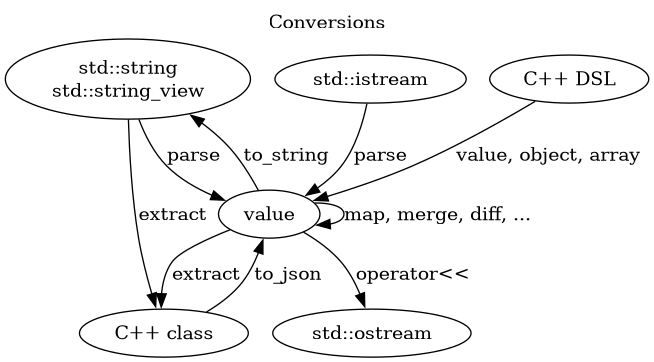
tgockel/json-voorhees keeps this Graphviz diagram as doc/conversions.png. Above is the earlier version. Its source is kept beside it as doc/conversions.dot.
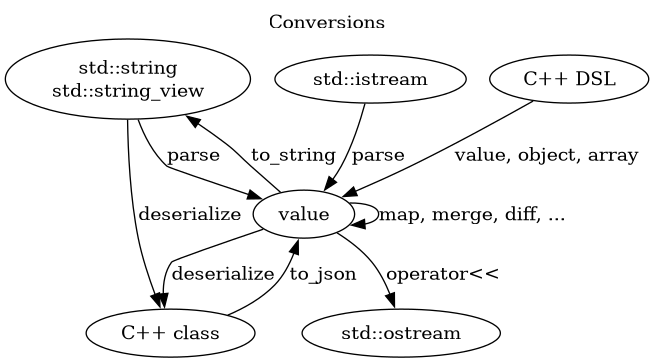
Above is the later version.

The edit, as a diff of the source:
```diff
@@ -14,8 +14,8 @@
   str     -> value   [label="parse", URL="\ref jsonv::parse"]
   istream -> value   [label="parse", URL="\ref jsonv::parse"]
   value   -> value   [label="map, merge, diff, ..."]
-  str     -> class   [label="extract", URL="\ref jsonv::extract"]
-  value   -> class   [label="extract", URL="\ref jsonv::extract"]
+  str     -> class   [label="deserialize", URL="\ref jsonv::deserialize"]
+  value   -> class   [label="deserialize", URL="\ref jsonv::deserialize"]
   class   -> value   [label="to_json", URL="\ref jsonv::to_json"]
   dsl     -> value   [label="value, object, array"]
 }
```
